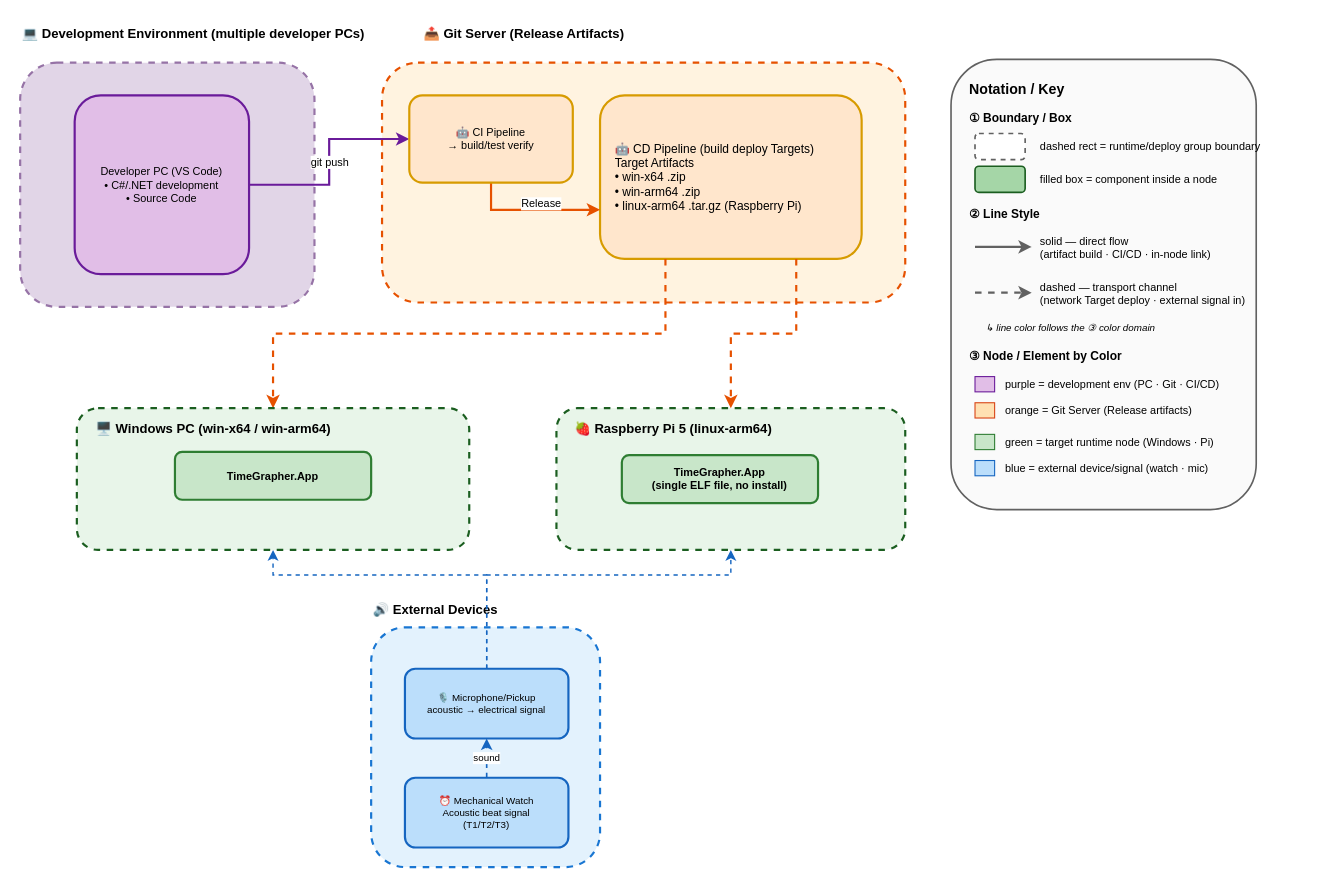
Above: Milestone/assets/deployment-view-detailed-en.drawio in lgcmu2026-team5/TimeGrapher-Docs (draw.io), before the change. Source tidied: cells renumbered, new cells numbered last; positions are measured from the earlier drawing's top-left corner, leaving out a move shared by most shapes. Both pictures are drawn from the tidied source at 109%, with x=0, y=0 at pixel (20, 19).
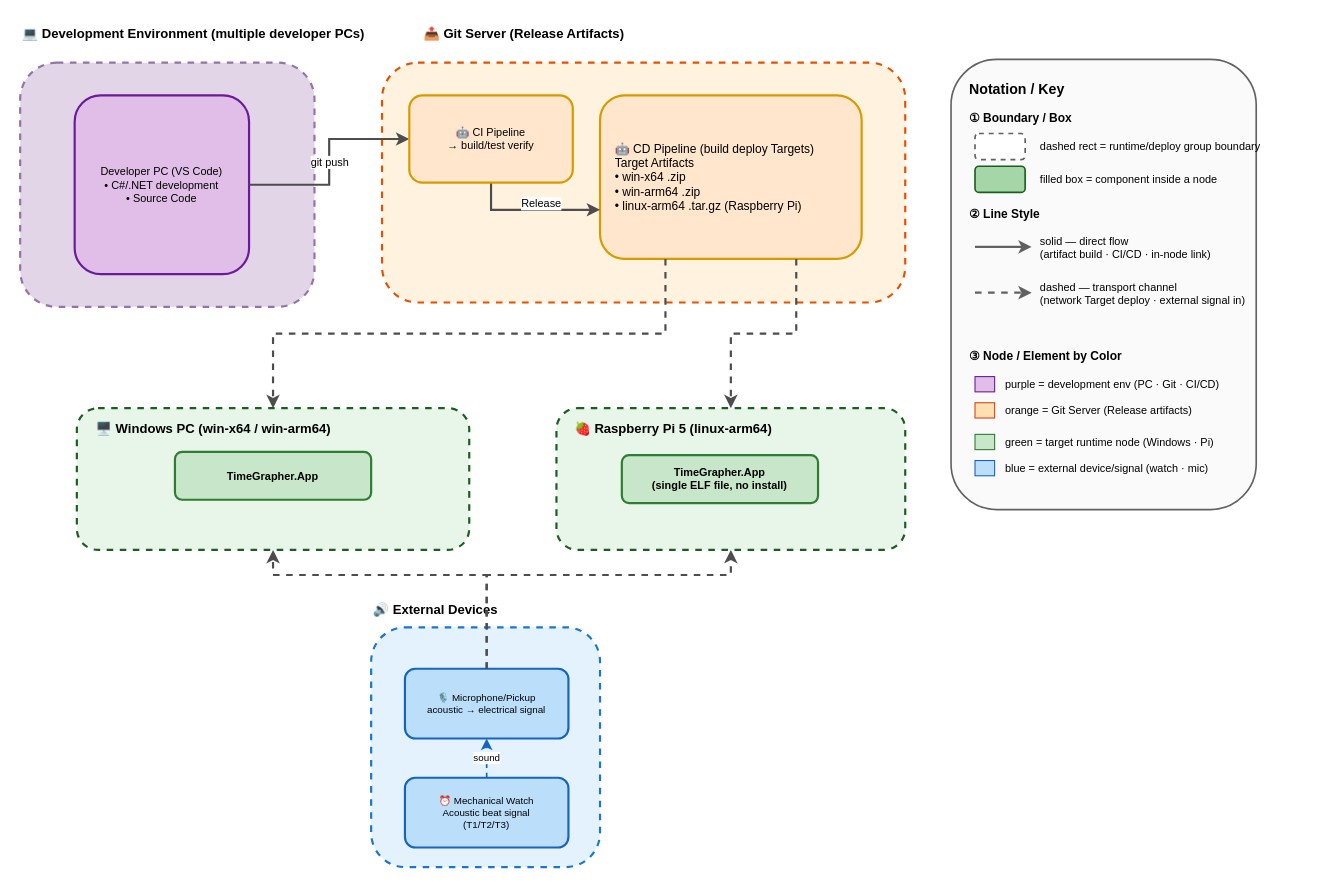
The same diagram, later.

Commit message (it also covers changes not shown here):
docs(architecture): update deployment view assets and EN document

The change refers to these unchanged cells:
```xml
<mxCell id="5" value="Developer PC (VS Code)&#10;• C#/.NET development&#10;• Source Code" style="rounded=1;fillColor=#E1BEE7;strokeColor=#6A1B9A;strokeWidth=2;align=center;verticalAlign=middle;fontSize=10;" parent="1" vertex="1">
  <mxGeometry x="50" y="70" width="160" height="164" as="geometry" />
</mxCell>
<mxCell id="8" value="🤖 CD Pipeline (build deploy Targets)&#10;Target Artifacts&#10;• win-x64 .zip&#10;• win-arm64 .zip&#10;• linux-arm64 .tar.gz (Raspberry Pi)" style="rounded=1;fillColor=#ffe6cc;strokeColor=#d79b00;strokeWidth=2;align=left;verticalAlign=middle;fontSize=11;spacingLeft=12;" parent="1" vertex="1">
  <mxGeometry x="532" y="70" width="240" height="150" as="geometry" />
</mxCell>
<mxCell id="11" style="rounded=1;fillColor=#E8F5E9;strokeColor=#1B5E20;strokeWidth=2;dashed=1;" parent="1" vertex="1">
  <mxGeometry x="52" y="357" width="360" height="130" as="geometry" />
</mxCell>
<mxCell id="14" style="rounded=1;fillColor=#E8F5E9;strokeColor=#1B5E20;strokeWidth=2;dashed=1;" parent="1" vertex="1">
  <mxGeometry x="492" y="357" width="320" height="130" as="geometry" />
</mxCell>
<mxCell id="20" value="🎙️ Microphone/Pickup&#10;acoustic → electrical signal" style="rounded=1;fillColor=#BBDEFB;strokeColor=#1565C0;strokeWidth=2;align=center;verticalAlign=middle;fontSize=9;" parent="1" vertex="1">
  <mxGeometry x="353" y="596" width="150" height="64" as="geometry" />
</mxCell>
<mxCell id="44" value="🤖 CI Pipeline&#10;→ build/test verify" style="rounded=1;fillColor=#ffe6cc;strokeColor=#d79b00;strokeWidth=2;align=center;verticalAlign=middle;fontSize=10;" parent="1" vertex="1">
  <mxGeometry x="357" y="70" width="150" height="80" as="geometry" />
</mxCell>
```

Change to the diagram source:
```diff
@@
-    <mxCell id="6" value="git push" style="edgeStyle=orthogonalEdgeStyle;rounded=0;html=1;endArrow=classic;endFill=1;strokeColor=#6A1B9A;strokeWidth=2;fontSize=10;entryX=0;entryY=0.5;entryDx=0;entryDy=0;" parent="1" edge="1" source="5" target="44">
+    <mxCell id="6" value="git push" style="edgeStyle=orthogonalEdgeStyle;rounded=0;html=1;endArrow=classic;endFill=1;strokeColor=#4D4D4D;strokeWidth=2;fontSize=10;entryX=0;entryY=0.5;entryDx=0;entryDy=0;" parent="1" edge="1" source="5" target="44">
       <mxGeometry relative="1" as="geometry" />
     </mxCell>
@@
-    <mxCell id="9" value="Release" style="edgeStyle=orthogonalEdgeStyle;rounded=0;html=1;endArrow=classic;endFill=1;strokeColor=#E65100;strokeWidth=2;fontSize=10;exitX=0.5;exitY=1;exitDx=0;exitDy=0;entryX=0;entryY=0.7;entryDx=0;entryDy=0;" parent="1" edge="1" source="44" target="8">
+    <mxCell id="9" value="Release" style="edgeStyle=orthogonalEdgeStyle;rounded=0;html=1;endArrow=classic;endFill=1;strokeColor=#4D4D4D;strokeWidth=2;fontSize=10;exitX=0.5;exitY=1;exitDx=0;exitDy=0;entryX=0;entryY=0.7;entryDx=0;entryDy=0;" parent="1" edge="1" source="44" target="8">
       <mxGeometry x="0.13" y="6" relative="1" as="geometry" />
     </mxCell>
-    <mxCell id="10" style="edgeStyle=orthogonalEdgeStyle;rounded=0;html=1;endArrow=classic;endFill=1;strokeColor=#E65100;strokeWidth=2;dashed=1;fontSize=10;exitX=0.25;exitY=1;exitDx=0;exitDy=0;entryX=0.5;entryY=0;entryDx=0;entryDy=0;" parent="1" edge="1" source="8" target="11">
+    <mxCell id="10" style="edgeStyle=orthogonalEdgeStyle;rounded=0;html=1;endArrow=classic;endFill=1;strokeColor=#4D4D4D;strokeWidth=2;dashed=1;fontSize=10;exitX=0.25;exitY=1;exitDx=0;exitDy=0;entryX=0.5;entryY=0;entryDx=0;entryDy=0;" parent="1" edge="1" source="8" target="11">
       <mxGeometry relative="1" as="geometry" />
     </mxCell>
@@
-    <mxCell id="34" value="↳ line color follows the ③ color domain" style="text;html=1;whiteSpace=nowrap;align=left;verticalAlign=middle;fontSize=9;fontStyle=2;fillColor=none;strokeColor=none;" parent="1" vertex="1">
-      <mxGeometry x="884" y="275" width="260" height="18" as="geometry" />
-    </mxCell>
@@
-    <mxCell id="45" style="edgeStyle=orthogonalEdgeStyle;rounded=0;html=1;endArrow=classic;endFill=1;strokeColor=#E65100;strokeWidth=2;dashed=1;fontSize=10;exitX=0.75;exitY=1;exitDx=0;exitDy=0;entryX=0.5;entryY=0;entryDx=0;entryDy=0;" parent="1" edge="1" source="8" target="14">
+    <mxCell id="45" style="edgeStyle=orthogonalEdgeStyle;rounded=0;html=1;endArrow=classic;endFill=1;strokeColor=#4D4D4D;strokeWidth=2;dashed=1;fontSize=10;exitX=0.75;exitY=1;exitDx=0;exitDy=0;entryX=0.5;entryY=0;entryDx=0;entryDy=0;" parent="1" edge="1" source="8" target="14">
       <mxGeometry relative="1" as="geometry" />
     </mxCell>
@@
-    <mxCell id="47" style="edgeStyle=orthogonalEdgeStyle;rounded=0;html=1;endArrow=classic;endFill=1;strokeColor=#1565C0;strokeWidth=1.3;dashed=1;fontSize=9;exitX=0.5;exitY=0;exitDx=0;exitDy=0;entryX=0.5;entryY=1;entryDx=0;entryDy=0;" parent="1" edge="1" source="20" target="11">
+    <mxCell id="47" style="edgeStyle=orthogonalEdgeStyle;rounded=0;html=1;endArrow=classic;endFill=1;strokeColor=#4D4D4D;strokeWidth=2;dashed=1;fontSize=9;exitX=0.5;exitY=0;exitDx=0;exitDy=0;entryX=0.5;entryY=1;entryDx=0;entryDy=0;" parent="1" edge="1" source="20" target="11">
       <mxGeometry relative="1" as="geometry">
         <Array as="points">
           <mxPoint x="428" y="510" />
           <mxPoint x="232" y="510" />
         </Array>
       </mxGeometry>
     </mxCell>
-    <mxCell id="48" style="edgeStyle=orthogonalEdgeStyle;rounded=0;html=1;endArrow=classic;endFill=1;strokeColor=#1565C0;strokeWidth=1.3;dashed=1;fontSize=9;exitX=0.5;exitY=0;exitDx=0;exitDy=0;entryX=0.5;entryY=1;entryDx=0;entryDy=0;" parent="1" edge="1" source="20" target="14">
+    <mxCell id="48" style="edgeStyle=orthogonalEdgeStyle;rounded=0;html=1;endArrow=classic;endFill=1;strokeColor=#4D4D4D;strokeWidth=2;dashed=1;fontSize=9;exitX=0.5;exitY=0;exitDx=0;exitDy=0;entryX=0.5;entryY=1;entryDx=0;entryDy=0;" parent="1" edge="1" source="20" target="14">
       <mxGeometry relative="1" as="geometry">
         <Array as="points">
           <mxPoint x="428" y="510" />
           <mxPoint x="652" y="510" />
         </Array>
       </mxGeometry>
     </mxCell>
```
